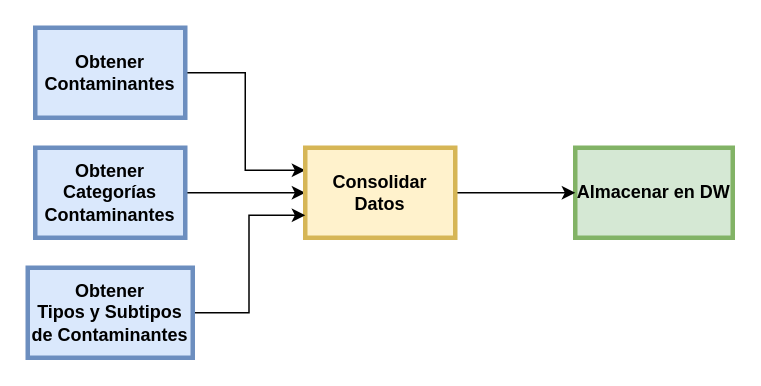
Before: 4. Diseño físico/dimensions/contaminantes/CargaContaminantes.drawio in gonzalomelov/dw-calidad-aire-docs, a draw.io diagram. Source tidied: cells renumbered, new cells numbered last; positions are measured from the earlier drawing's top-left corner, leaving out a move shared by most shapes. Both pictures are drawn from the tidied source at 150%, with x=0, y=0 at pixel (27, 27).
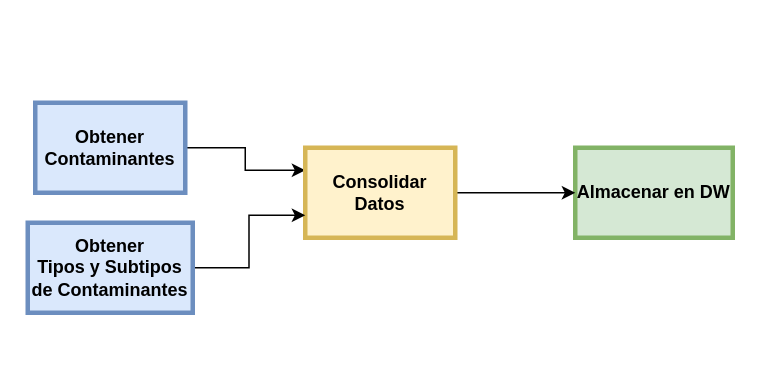
Above is the later version.

What changed in the source:
```diff
@@
 <mxGraphModel background="#ffffff">
   <root>
     <mxCell id="0" />
     <mxCell id="1" parent="0" />
     <mxCell id="2" style="edgeStyle=orthogonalEdgeStyle;rounded=0;jettySize=auto;html=1;exitX=1;exitY=0.5;exitDx=0;exitDy=0;entryX=0;entryY=0.25;entryDx=0;entryDy=0;" parent="1" edge="1" source="3" target="8">
       <mxGeometry relative="1" as="geometry" />
     </mxCell>
     <mxCell id="3" value="Obtener&#10;Contaminantes" style="whiteSpace=wrap;align=center;verticalAlign=middle;fontStyle=1;strokeWidth=3;fillColor=#dae8fc;strokeColor=#6c8ebf;" parent="1" vertex="1">
-      <mxGeometry x="5" width="100" height="60" as="geometry" />
+      <mxGeometry x="5" y="50" width="100" height="60" as="geometry" />
     </mxCell>
     <mxCell id="4" value="Almacenar en DW" style="whiteSpace=wrap;align=center;verticalAlign=middle;fontStyle=1;strokeWidth=3;fillColor=#d5e8d4;strokeColor=#82b366;" parent="1" vertex="1">
       <mxGeometry x="365" y="80" width="105" height="60" as="geometry" />
     </mxCell>
-    <mxCell id="5" style="edgeStyle=orthogonalEdgeStyle;rounded=0;jettySize=auto;html=1;exitX=1;exitY=0.5;exitDx=0;exitDy=0;entryX=0;entryY=0.5;entryDx=0;entryDy=0;" parent="1" edge="1" source="6" target="8">
-      <mxGeometry relative="1" as="geometry" />
-    </mxCell>
-    <mxCell id="6" value="Obtener&#10;Categorías Contaminantes" style="whiteSpace=wrap;align=center;verticalAlign=middle;fontStyle=1;strokeWidth=3;fillColor=#dae8fc;strokeColor=#6c8ebf;" parent="1" vertex="1">
-      <mxGeometry x="5" y="80" width="100" height="60" as="geometry" />
-    </mxCell>
     <mxCell id="7" style="edgeStyle=orthogonalEdgeStyle;rounded=0;jettySize=auto;html=1;exitX=1;exitY=0.5;exitDx=0;exitDy=0;entryX=0;entryY=0.5;entryDx=0;entryDy=0;" parent="1" edge="1" source="8" target="4">
       <mxGeometry relative="1" as="geometry" />
     </mxCell>
     <mxCell id="8" value="Consolidar&#10;Datos" style="whiteSpace=wrap;align=center;verticalAlign=middle;fontStyle=1;strokeWidth=3;fillColor=#fff2cc;strokeColor=#d6b656;" parent="1" vertex="1">
       <mxGeometry x="185" y="80" width="100" height="60" as="geometry" />
     </mxCell>
     <mxCell id="9" style="edgeStyle=orthogonalEdgeStyle;rounded=0;jettySize=auto;html=1;exitX=1;exitY=0.5;exitDx=0;exitDy=0;entryX=0;entryY=0.75;entryDx=0;entryDy=0;" parent="1" edge="1" source="10" target="8">
       <mxGeometry relative="1" as="geometry" />
     </mxCell>
     <mxCell id="10" value="Obtener&#10;Tipos y Subtipos de Contaminantes" style="whiteSpace=wrap;align=center;verticalAlign=middle;fontStyle=1;strokeWidth=3;fillColor=#dae8fc;strokeColor=#6c8ebf;" parent="1" vertex="1">
-      <mxGeometry y="160" width="110" height="60" as="geometry" />
+      <mxGeometry y="130" width="110" height="60" as="geometry" />
     </mxCell>
   </root>
 </mxGraphModel>
```
